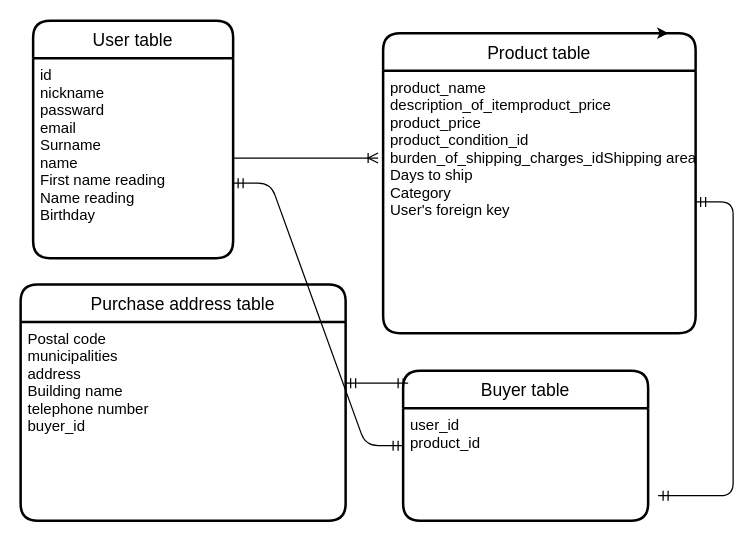
This is REDEME.dio from KAWAUchi1013/furima-37180, a draw.io file, before an edit. Source tidied: cells renumbered, new cells numbered last; positions are measured from the earlier drawing's top-left corner, leaving out a move shared by most shapes. Both pictures are drawn from the tidied source at 125%, with x=0, y=0 at pixel (20, 20).
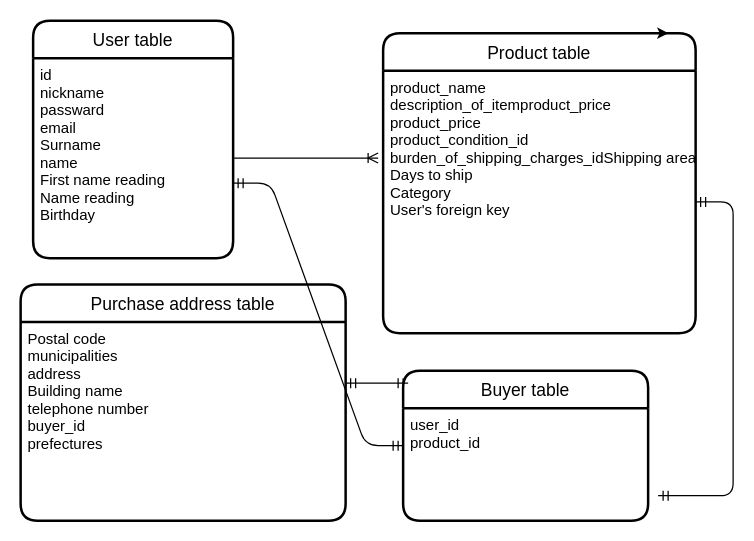
After the change.

Diff of the diagram source:
```diff
@@
 <mxGraphModel>
   <root>
     <mxCell id="0" />
     <mxCell id="1" parent="0" />
     <mxCell id="2" value="User table" style="swimlane;horizontal=1;startSize=30;rounded=1;fontSize=14;fontStyle=0;strokeWidth=2;shadow=0;dashed=0;align=center;" parent="1" vertex="1">
       <mxGeometry x="10" width="160" height="190" as="geometry" />
     </mxCell>
     <mxCell id="3" value="id&#10;nickname&#10;passward&#10;email&#10;Surname&#10;name&#10;First name reading&#10;Name reading&#10;Birthday" style="align=left;strokeColor=none;fillColor=none;spacingLeft=4;fontSize=12;verticalAlign=top;" parent="2" vertex="1">
       <mxGeometry y="30" width="160" height="160" as="geometry" />
     </mxCell>
     <mxCell id="4" value="Product table" style="swimlane;horizontal=1;startSize=30;rounded=1;fontSize=14;fontStyle=0;strokeWidth=2;shadow=0;dashed=0;align=center;" parent="1" vertex="1">
       <mxGeometry x="290" y="10" width="250" height="240" as="geometry" />
     </mxCell>
     <mxCell id="5" value="product_name&#10;description_of_itemproduct_price&#10;product_price&#10;product_condition_id&#10;burden_of_shipping_charges_idShipping area&#10;Days to ship&#10;Category&#10;User's foreign key" style="align=left;strokeColor=none;fillColor=none;spacingLeft=4;fontSize=12;verticalAlign=top;" parent="4" vertex="1">
       <mxGeometry y="30" width="250" height="210" as="geometry" />
     </mxCell>
     <mxCell id="6" value="Buyer table" style="swimlane;horizontal=1;startSize=30;rounded=1;fontSize=14;fontStyle=0;strokeWidth=2;shadow=0;dashed=0;align=center;" parent="1" vertex="1">
       <mxGeometry x="306" y="280" width="196" height="120" as="geometry" />
     </mxCell>
     <mxCell id="7" value="user_id&#10;product_id" style="align=left;strokeColor=none;fillColor=none;spacingLeft=4;fontSize=12;verticalAlign=top;" parent="6" vertex="1">
       <mxGeometry y="30" width="196" height="90" as="geometry" />
     </mxCell>
     <mxCell id="8" style="edgeStyle=entityRelationEdgeStyle;fontSize=12;html=1;endArrow=ERoneToMany;entryX=-0.016;entryY=0.333;entryDx=0;entryDy=0;entryPerimeter=0;" parent="1" edge="1" target="5">
       <mxGeometry relative="1" as="geometry">
         <mxPoint x="170" y="110" as="sourcePoint" />
       </mxGeometry>
     </mxCell>
     <mxCell id="9" value="Purchase address table" style="swimlane;horizontal=1;startSize=30;rounded=1;fontSize=14;fontStyle=0;strokeWidth=2;shadow=0;dashed=0;align=center;direction=east;" parent="1" vertex="1">
       <mxGeometry y="211" width="260" height="189" as="geometry" />
     </mxCell>
-    <mxCell id="10" value="Postal code&#10;municipalities&#10;address&#10;Building name&#10;telephone number&#10;buyer_id" style="align=left;strokeColor=none;fillColor=none;spacingLeft=4;fontSize=12;verticalAlign=top;" parent="9" vertex="1">
+    <mxCell id="10" value="Postal code&#10;municipalities&#10;address&#10;Building name&#10;telephone number&#10;buyer_id&#10;prefectures" style="align=left;strokeColor=none;fillColor=none;spacingLeft=4;fontSize=12;verticalAlign=top;" parent="9" vertex="1">
       <mxGeometry y="30" width="260" height="159" as="geometry" />
     </mxCell>
     <mxCell id="11" style="edgeStyle=entityRelationEdgeStyle;fontSize=12;html=1;endArrow=ERmandOne;startArrow=ERmandOne;" parent="1" edge="1" target="5">
       <mxGeometry relative="1" as="geometry">
         <mxPoint x="510" y="380" as="sourcePoint" />
       </mxGeometry>
     </mxCell>
     <mxCell id="12" style="edgeStyle=entityRelationEdgeStyle;fontSize=12;html=1;endArrow=ERmandOne;startArrow=ERmandOne;" parent="1" edge="1">
       <mxGeometry relative="1" as="geometry">
         <mxPoint x="260" y="290" as="sourcePoint" />
         <mxPoint x="310" y="290" as="targetPoint" />
       </mxGeometry>
     </mxCell>
     <mxCell id="13" style="edgeStyle=entityRelationEdgeStyle;fontSize=12;html=1;endArrow=ERmandOne;startArrow=ERmandOne;" parent="1" edge="1" target="6">
       <mxGeometry relative="1" as="geometry">
         <mxPoint x="170" y="130" as="sourcePoint" />
       </mxGeometry>
     </mxCell>
     <mxCell id="14" style="edgeStyle=none;html=1;exitX=0.5;exitY=0;exitDx=0;exitDy=0;entryX=0.913;entryY=0;entryDx=0;entryDy=0;entryPerimeter=0;" parent="1" edge="1" source="4" target="4">
       <mxGeometry relative="1" as="geometry" />
     </mxCell>
   </root>
 </mxGraphModel>
```
